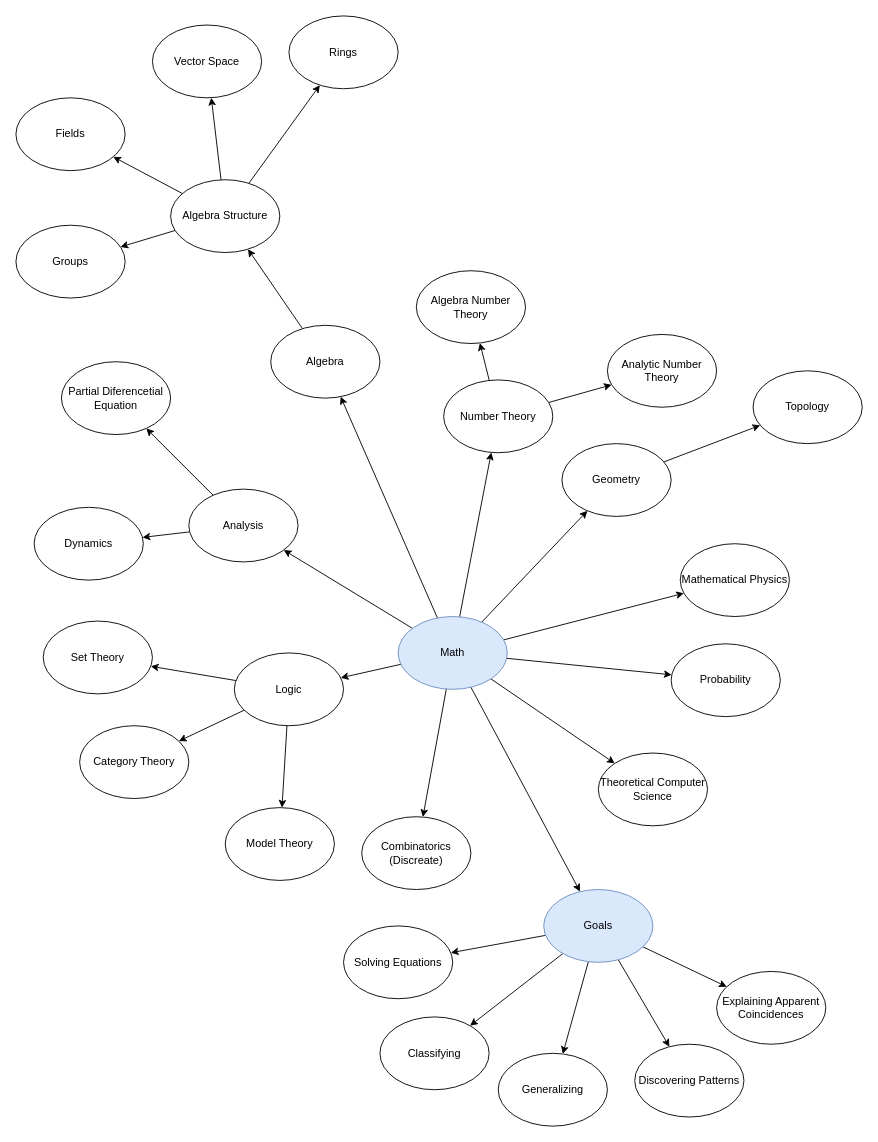
Earlier version of the draw.io diagram math.drawio (chavp/data-modeling). Source tidied: cells renumbered, new cells numbered last; positions are measured from the earlier drawing's top-left corner, leaving out a move shared by most shapes. Both pictures are drawn from the tidied source at 91%, with x=0, y=0 at pixel (15, 15).
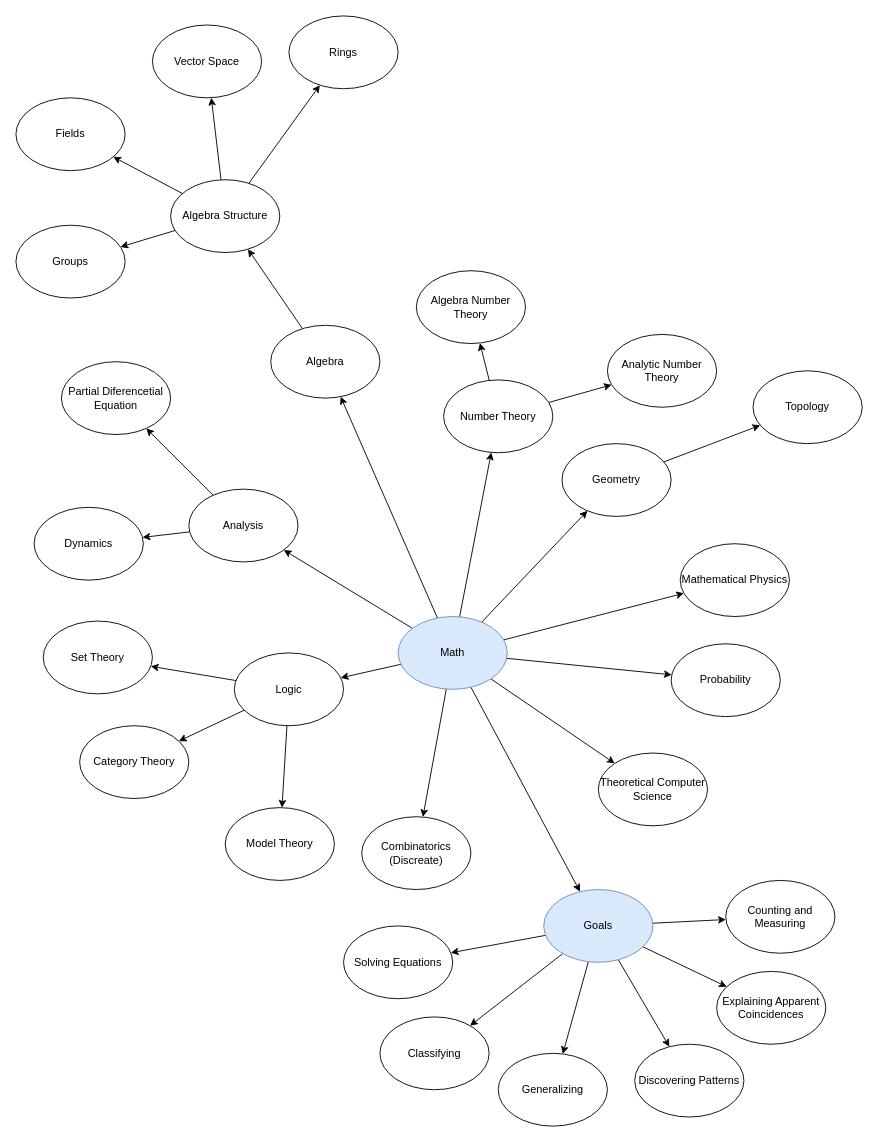
The same page after the edit.

Unchanged cells that the change refers to:
```xml
<mxCell id="53" value="Goals" style="ellipse;whiteSpace=wrap;html=1;fillColor=#dae8fc;strokeColor=#6c8ebf;" parent="1" vertex="1">
  <mxGeometry x="580" y="960" width="120" height="80" as="geometry" />
</mxCell>
```

Change to the diagram source:
```diff
@@
+    <mxCell id="59" style="edgeStyle=none;rounded=0;jettySize=auto;html=1;" parent="1" edge="1" source="53" target="60">
+      <mxGeometry relative="1" as="geometry" />
+    </mxCell>
@@
+    <mxCell id="60" value="Counting and Measuring" style="ellipse;whiteSpace=wrap;html=1;" parent="1" vertex="1">
+      <mxGeometry x="780" y="950" width="120" height="80" as="geometry" />
+    </mxCell>
```
